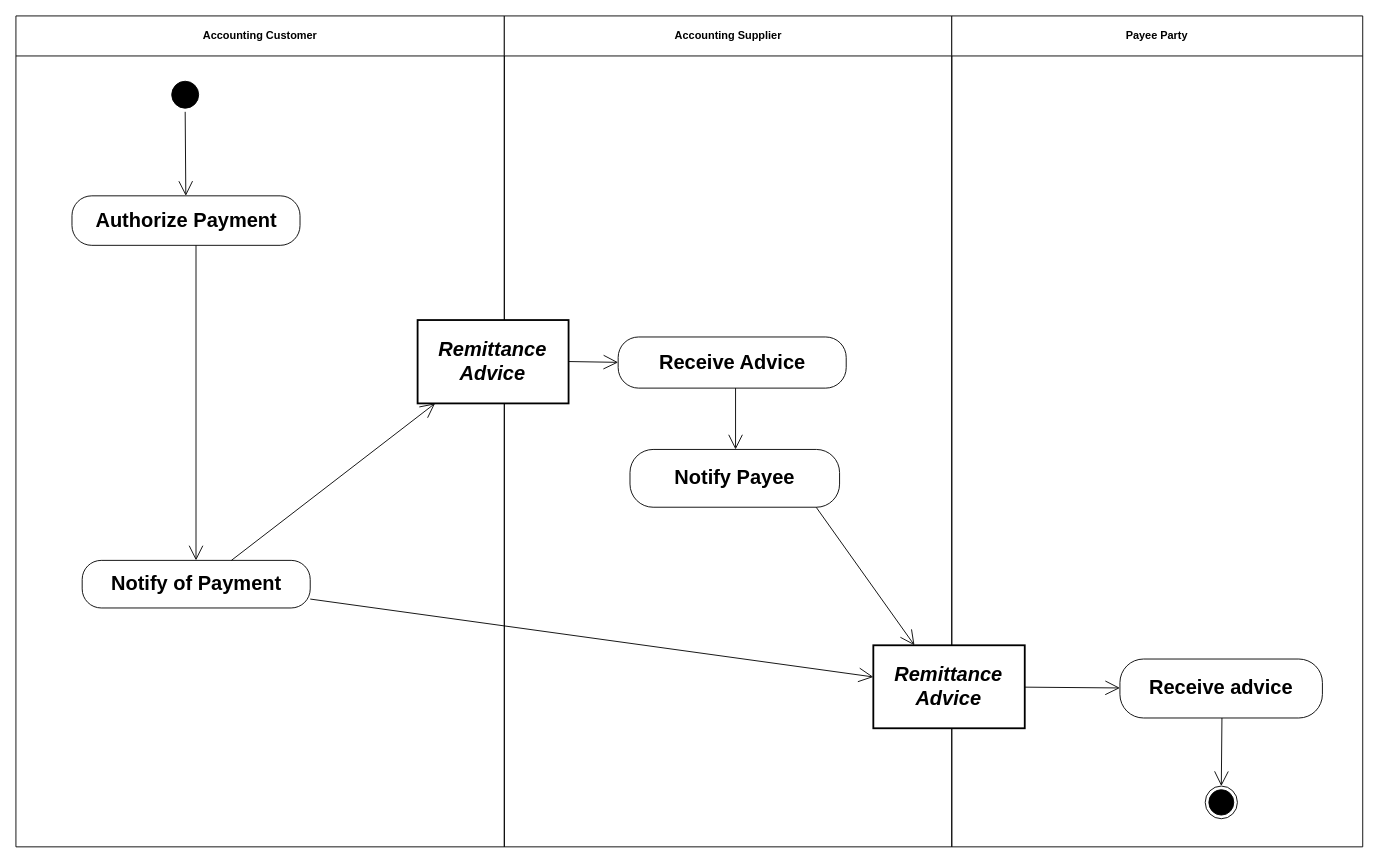
Above: diagrams/UBL-2.0-PaymentNotificationProcess/UBL-2.0-PaymentNotificationProcess.drawio in kduvekot/ubl-work-on-svg-images (draw.io), before the change. Source tidied: cells renumbered, new cells numbered last; positions are measured from the earlier drawing's top-left corner, leaving out a move shared by most shapes. Both pictures are drawn from the tidied source at 91%, with x=0, y=0 at pixel (15, 15).
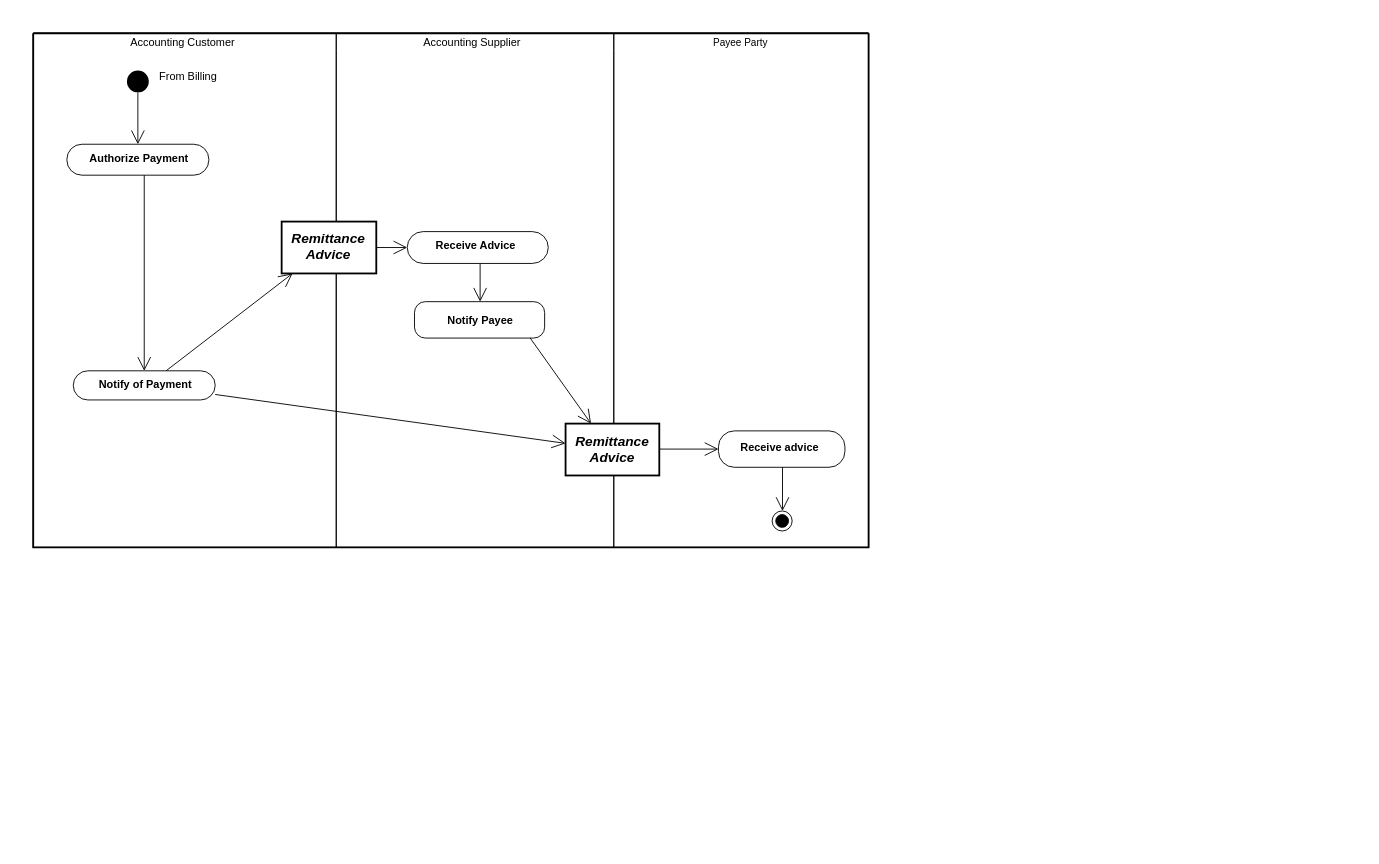
The same page after the edit.

Change to the diagram source:
```diff
@@
+    <mxCell id="23" style="swimlane;html=1;startSize=0;whiteSpace=wrap;fillColor=none;strokeWidth=2;" parent="1" vertex="1">
+      <mxGeometry x="19" y="19" width="918" height="565" as="geometry" />
+    </mxCell>
-    <mxCell id="2" value="Accounting Customer" style="swimlane;whiteSpace=wrap;html=1;startSize=44;" parent="1" vertex="1">
-      <mxGeometry width="536.7" height="913.1" as="geometry" />
+    <mxCell id="2" value="Accounting Customer" style="swimlane;horizontal=1;startSize=19;swimlaneLine=0;html=1;fillColor=none;fontSize=12;fontStyle=0;spacing=0;spacingRight=6;" parent="23" vertex="1">
+      <mxGeometry width="333" height="565" as="geometry" />
     </mxCell>
-    <mxCell id="3" value="Accounting Supplier" style="swimlane;whiteSpace=wrap;html=1;startSize=44;" parent="1" vertex="1">
-      <mxGeometry x="536.7" width="491.7" height="913.1" as="geometry" />
+    <mxCell id="3" value="Accounting Supplier" style="swimlane;horizontal=1;startSize=19;swimlaneLine=0;html=1;fillColor=none;fontSize=12;fontStyle=0;spacing=0;spacingRight=7;" parent="23" vertex="1">
+      <mxGeometry x="333" width="305" height="565" as="geometry" />
     </mxCell>
-    <mxCell id="4" value="Payee Party" style="swimlane;whiteSpace=wrap;html=1;startSize=44;" parent="1" vertex="1">
-      <mxGeometry x="1028.4" width="451.6" height="913.1" as="geometry" />
+    <mxCell id="4" value="Payee Party" style="swimlane;horizontal=1;startSize=19;swimlaneLine=0;html=1;fillColor=none;fontSize=11;fontStyle=0;spacing=0;spacingRight=2;" parent="23" vertex="1">
+      <mxGeometry x="638" width="280" height="565" as="geometry" />
     </mxCell>
-    <mxCell id="5" style="ellipse;html=1;shape=startState;fillColor=#000000;strokeColor=#000000;fontFamily=Helvetica;fontSize=22;" parent="1" vertex="1">
-      <mxGeometry x="167.2" y="67.8" width="37.6" height="37.6" as="geometry" />
+    <mxCell id="5" value="From Billing" style="ellipse;shape=startState;fillColor=#000000;strokeColor=none;html=1;whiteSpace=nowrap;fontSize=12;fontStyle=0;align=center;verticalAlign=middle;spacing=0;spacingLeft=109;spacingBottom=10;" parent="2" vertex="1">
+      <mxGeometry x="99" y="37" width="32" height="32" as="geometry" />
     </mxCell>
-    <mxCell id="6" value="Authorize Payment" style="rounded=1;arcSize=40;whiteSpace=wrap;html=1;fontStyle=1;fontFamily=Helvetica;fontSize=22;" parent="1" vertex="1">
-      <mxGeometry x="61.6" y="197.7" width="250.6" height="54.4" as="geometry" />
+    <mxCell id="6" value="Authorize Payment" style="rounded=1;absoluteArcSize=1;arcSize=33;html=1;whiteSpace=nowrap;fontSize=12;fontStyle=1;align=center;verticalAlign=middle;spacing=0;spacingLeft=1;spacingBottom=2;" parent="2" vertex="1">
+      <mxGeometry x="37" y="122" width="156" height="34" as="geometry" />
     </mxCell>
-    <mxCell id="7" value="Remittance Advice" style="rounded=0;whiteSpace=wrap;html=1;fontStyle=3;strokeWidth=2;fontFamily=Helvetica;fontSize=22;" parent="1" vertex="1">
-      <mxGeometry x="441.4" y="334.2" width="165.9" height="91.6" as="geometry" />
+    <mxCell id="7" value="Remittance&lt;br&gt;Advice" style="rounded=0;html=1;whiteSpace=nowrap;fontSize=15;fontStyle=3;align=center;verticalAlign=middle;spacing=0;spacingRight=2;spacingBottom=3;strokeWidth=2;" parent="3" vertex="1">
+      <mxGeometry x="-60" y="207" width="104" height="57" as="geometry" />
     </mxCell>
-    <mxCell id="8" value="Receive Advice" style="rounded=1;arcSize=40;whiteSpace=wrap;html=1;fontStyle=1;fontFamily=Helvetica;fontSize=22;" parent="1" vertex="1">
-      <mxGeometry x="661.8" y="352.8" width="250.6" height="56.2" as="geometry" />
+    <mxCell id="8" value="Receive Advice" style="rounded=1;absoluteArcSize=1;arcSize=35;html=1;whiteSpace=nowrap;fontSize=12;fontStyle=1;align=center;verticalAlign=middle;spacing=0;spacingRight=5;spacingBottom=3;" parent="3" vertex="1">
+      <mxGeometry x="78" y="218" width="155" height="35" as="geometry" />
     </mxCell>
-    <mxCell id="9" value="Notify Payee" style="rounded=1;arcSize=40;whiteSpace=wrap;html=1;fontStyle=1;fontFamily=Helvetica;fontSize=22;" parent="1" vertex="1">
-      <mxGeometry x="674.8" y="476.4" width="230.3" height="63.5" as="geometry" />
+    <mxCell id="9" value="Notify Payee" style="rounded=1;absoluteArcSize=1;arcSize=24;html=1;whiteSpace=nowrap;fontSize=12;fontStyle=1;align=center;verticalAlign=middle;spacing=0;spacingLeft=1;spacingTop=1;" parent="3" vertex="1">
+      <mxGeometry x="86" y="295" width="143" height="40" as="geometry" />
     </mxCell>
-    <mxCell id="10" value="Notify of Payment" style="rounded=1;arcSize=40;whiteSpace=wrap;html=1;fontStyle=1;fontFamily=Helvetica;fontSize=22;" parent="1" vertex="1">
-      <mxGeometry x="72.8" y="598.3" width="250.6" height="52.3" as="geometry" />
+    <mxCell id="10" value="Notify of Payment" style="rounded=1;absoluteArcSize=1;arcSize=33;html=1;whiteSpace=nowrap;fontSize=12;fontStyle=1;align=center;verticalAlign=middle;spacing=0;spacingLeft=2;spacingBottom=2;" parent="2" vertex="1">
+      <mxGeometry x="44" y="371" width="156" height="32" as="geometry" />
     </mxCell>
-    <mxCell id="11" value="Remittance Advice" style="rounded=0;whiteSpace=wrap;html=1;fontStyle=3;strokeWidth=2;fontFamily=Helvetica;fontSize=22;" parent="1" vertex="1">
-      <mxGeometry x="942.2" y="691.6" width="166.4" height="91.2" as="geometry" />
+    <mxCell id="11" value="Remittance&lt;br&gt;Advice" style="rounded=0;html=1;whiteSpace=nowrap;fontSize=15;fontStyle=3;align=center;verticalAlign=middle;spacing=0;spacingRight=2;spacingBottom=2;strokeWidth=2;" parent="4" vertex="1">
+      <mxGeometry x="-53" y="429" width="103" height="57" as="geometry" />
     </mxCell>
-    <mxCell id="12" value="Receive advice" style="rounded=1;arcSize=40;whiteSpace=wrap;html=1;fontStyle=1;fontFamily=Helvetica;fontSize=22;" parent="1" vertex="1">
-      <mxGeometry x="1213.2" y="706.7" width="222.5" height="64.8" as="geometry" />
+    <mxCell id="12" value="Receive advice" style="rounded=1;absoluteArcSize=1;arcSize=35;html=1;whiteSpace=nowrap;fontSize=12;fontStyle=1;align=center;verticalAlign=middle;spacing=0;spacingRight=6;spacingBottom=3;" parent="4" vertex="1">
+      <mxGeometry x="115" y="437" width="139" height="40" as="geometry" />
     </mxCell>
-    <mxCell id="13" style="ellipse;html=1;shape=endState;fillColor=#000000;strokeColor=#000000;fontFamily=Helvetica;fontSize=22;" parent="1" vertex="1">
-      <mxGeometry x="1306.9" y="846.3" width="35.4" height="35.9" as="geometry" />
+    <mxCell id="13" style="ellipse;shape=endState;fillColor=#000000;html=1;" parent="4" vertex="1">
+      <mxGeometry x="174" y="525" width="22" height="22" as="geometry" />
     </mxCell>
-    <mxCell id="14" style="edgeStyle=none;rounded=0;html=1;endArrow=open;endFill=0;endSize=14;exitX=0.5053;exitY=1.0;entryX=0.4992;entryY=0.0;" parent="1" edge="1" source="5" target="6">
+    <mxCell id="14" style="edgeStyle=none;rounded=0;html=1;endArrow=open;endFill=0;endSize=13;exitPerimeter=0;entryX=0.5;entryY=0;entryPerimeter=0;exitX=0.5;exitY=0.8726;" parent="2" edge="1" source="5" target="6">
       <mxGeometry relative="1" as="geometry" />
     </mxCell>
-    <mxCell id="15" style="edgeStyle=none;rounded=0;html=1;endArrow=open;endFill=0;endSize=14;exitX=0.5439;exitY=1.0;entryX=0.4992;entryY=0.0;" parent="1" edge="1" source="6" target="10">
+    <mxCell id="15" style="edgeStyle=none;rounded=0;html=1;endArrow=open;endFill=0;endSize=13;exitPerimeter=0;entryX=0.5;entryY=0;entryPerimeter=0;exitX=0.544872;exitY=1;" parent="2" edge="1" source="6" target="10">
       <mxGeometry relative="1" as="geometry" />
     </mxCell>
-    <mxCell id="16" style="edgeStyle=none;rounded=0;html=1;endArrow=open;endFill=0;endSize=14;exitX=1.0;exitY=0.4978;entryX=0.0;entryY=0.4964;" parent="1" edge="1" source="7" target="8">
+    <mxCell id="16" style="edgeStyle=none;rounded=0;html=1;endArrow=open;endFill=0;endSize=13;exitX=1;exitY=0.5;exitPerimeter=0;entryX=0;entryY=0.5;entryPerimeter=0;" parent="3" edge="1" source="7" target="8">
       <mxGeometry relative="1" as="geometry" />
     </mxCell>
-    <mxCell id="17" style="edgeStyle=none;rounded=0;html=1;endArrow=open;endFill=0;endSize=14;exitX=0.5148;exitY=1.0;entryX=0.5037;entryY=0.0;" parent="1" edge="1" source="8" target="9">
+    <mxCell id="17" style="edgeStyle=none;rounded=0;html=1;endArrow=open;endFill=0;endSize=13;exitPerimeter=0;entryX=0.5042;entryY=0;entryPerimeter=0;exitX=0.516778;exitY=1;" parent="3" edge="1" source="8" target="9">
       <mxGeometry relative="1" as="geometry" />
     </mxCell>
-    <mxCell id="18" style="edgeStyle=none;rounded=0;html=1;endArrow=open;endFill=0;endSize=14;exitX=0.6544;exitY=0.0;entryX=0.1157;entryY=1.0;" parent="1" edge="1" source="10" target="7">
+    <mxCell id="18" style="edgeStyle=none;rounded=0;html=1;endArrow=open;endFill=0;endSize=13;exitX=0.654;exitY=0;exitPerimeter=0;entryX=0.1153;entryY=1;entryPerimeter=0;" parent="23" edge="1" source="10" target="7">
       <mxGeometry relative="1" as="geometry" />
     </mxCell>
-    <mxCell id="19" style="edgeStyle=none;rounded=0;html=1;endArrow=open;endFill=0;endSize=14;exitX=0.8884;exitY=1.0;entryX=0.2716;entryY=0.0;" parent="1" edge="1" source="9" target="11">
+    <mxCell id="19" style="edgeStyle=none;rounded=0;html=1;endArrow=open;endFill=0;endSize=13;exitX=0.889;exitY=1;exitPerimeter=0;entryX=0.2718;entryY=0;entryPerimeter=0;" parent="23" edge="1" source="9" target="11">
       <mxGeometry relative="1" as="geometry" />
     </mxCell>
-    <mxCell id="20" style="edgeStyle=none;rounded=0;html=1;endArrow=open;endFill=0;endSize=14;exitX=1.0;exitY=0.8126;entryX=0.0;entryY=0.3816;" parent="1" edge="1" source="10" target="11">
+    <mxCell id="20" style="edgeStyle=none;rounded=0;html=1;endArrow=open;endFill=0;endSize=13;exitX=1;exitY=0.8123;exitPerimeter=0;entryX=0;entryY=0.381;entryPerimeter=0;" parent="23" edge="1" source="10" target="11">
       <mxGeometry relative="1" as="geometry" />
     </mxCell>
-    <mxCell id="21" style="edgeStyle=none;rounded=0;html=1;endArrow=open;endFill=0;endSize=14;exitX=1.0;exitY=0.5044;entryX=0.0;entryY=0.4907;" parent="1" edge="1" source="11" target="12">
+    <mxCell id="21" style="edgeStyle=none;rounded=0;html=1;endArrow=open;endFill=0;endSize=13;exitPerimeter=0;entryX=0;entryY=0.5;entryPerimeter=0;exitX=1;exitY=0.491228;" parent="4" edge="1" source="11" target="12">
       <mxGeometry relative="1" as="geometry" />
     </mxCell>
-    <mxCell id="22" style="edgeStyle=none;rounded=0;html=1;endArrow=open;endFill=0;endSize=14;exitX=0.5038;exitY=1.0;entryX=0.5198;entryY=0.0;" parent="1" edge="1" source="12" target="13">
+    <mxCell id="22" style="edgeStyle=none;rounded=0;html=1;endArrow=open;endFill=0;endSize=13;exitPerimeter=0;entryX=0.5182;entryY=0;entryPerimeter=0;exitX=0.506478;exitY=1;" parent="4" edge="1" source="12" target="13">
       <mxGeometry relative="1" as="geometry" />
     </mxCell>
```
